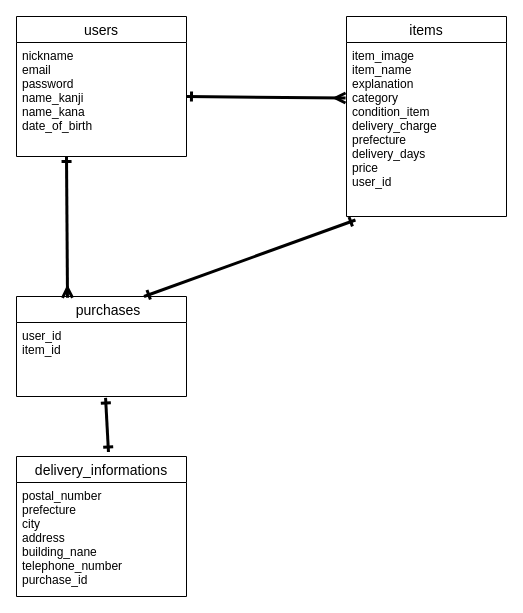
Before: ER.dio in kahoxx121u/furima-38412, a draw.io diagram. Source tidied: cells renumbered, new cells numbered last; positions are measured from the earlier drawing's top-left corner, leaving out a move shared by most shapes. Both pictures are drawn from the tidied source at 100%, with x=0, y=0 at pixel (16, 16).
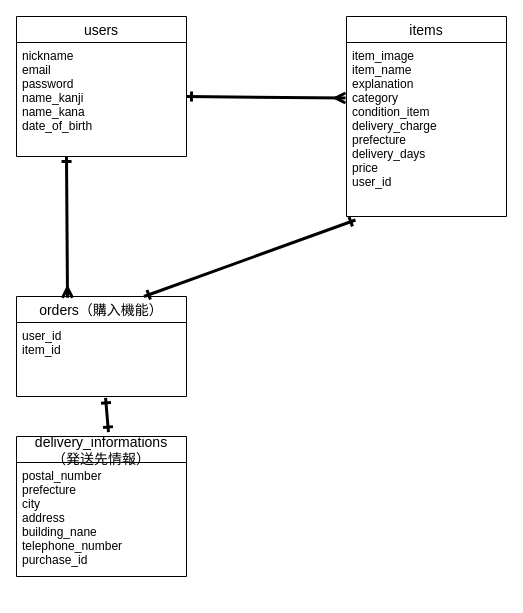
The same diagram, later.

The edit, as a diff of the source:
```diff
@@
 <mxGraphModel>
   <root>
     <mxCell id="0" />
     <mxCell id="1" parent="0" />
     <mxCell id="2" value="users" style="swimlane;fontStyle=0;horizontal=1;startSize=26;align=center;fontSize=14;" parent="1" vertex="1">
       <mxGeometry width="170" height="140" as="geometry" />
     </mxCell>
     <mxCell id="3" value="items" style="swimlane;fontStyle=0;horizontal=1;startSize=26;align=center;fontSize=14;" parent="1" vertex="1">
       <mxGeometry x="330" width="160" height="200" as="geometry" />
     </mxCell>
     <mxCell id="4" value="item_image&#10;item_name&#10;explanation&#10;category&#10;condition_item&#10;delivery_charge&#10;prefecture&#10;delivery_days&#10;price&#10;user_id" style="text;strokeColor=none;fillColor=none;spacingLeft=4;spacingRight=4;overflow=hidden;points=[[0,0.5],[1,0.5]];portConstraint=eastwest;fontSize=12;" parent="3" vertex="1">
       <mxGeometry y="26" width="160" height="174" as="geometry" />
     </mxCell>
-    <mxCell id="5" value="　purchases" style="swimlane;fontStyle=0;horizontal=1;startSize=26;align=center;fontSize=14;" parent="1" vertex="1">
+    <mxCell id="5" value="orders（購入機能）" style="swimlane;fontStyle=0;horizontal=1;startSize=26;align=center;fontSize=14;" parent="1" vertex="1">
       <mxGeometry y="280" width="170" height="100" as="geometry" />
     </mxCell>
     <mxCell id="6" value="user_id&#10;item_id" style="text;strokeColor=none;fillColor=none;spacingLeft=4;spacingRight=4;overflow=hidden;points=[[0,0.5],[1,0.5]];portConstraint=eastwest;fontSize=12;" parent="5" vertex="1">
       <mxGeometry y="26" width="170" height="74" as="geometry" />
     </mxCell>
-    <mxCell id="7" value="delivery_informations" style="swimlane;fontStyle=0;horizontal=1;startSize=26;align=center;fontSize=14;" parent="1" vertex="1">
-      <mxGeometry y="440" width="170" height="140" as="geometry" />
+    <mxCell id="7" value="delivery_informations&#10;（発送先情報）" style="swimlane;fontStyle=0;horizontal=1;startSize=26;align=center;fontSize=14;" parent="1" vertex="1">
+      <mxGeometry y="420" width="170" height="140" as="geometry" />
     </mxCell>
     <mxCell id="8" value="postal_number&#10;prefecture&#10;city&#10;address&#10;building_nane&#10;telephone_number&#10;purchase_id" style="text;strokeColor=none;fillColor=none;spacingLeft=4;spacingRight=4;overflow=hidden;fontSize=12;" parent="7" vertex="1">
       <mxGeometry y="26" width="170" height="114" as="geometry" />
     </mxCell>
     <mxCell id="9" style="endArrow=ERmany;html=1;rounded=0;strokeWidth=3;entryX=-0.006;entryY=0.319;entryDx=0;entryDy=0;entryPerimeter=0;startArrow=ERone;startFill=0;endFill=0;" parent="1" edge="1" target="4">
       <mxGeometry relative="1" as="geometry">
         <mxPoint x="170" y="80" as="sourcePoint" />
       </mxGeometry>
     </mxCell>
     <mxCell id="10" style="endArrow=ERmany;html=1;rounded=0;strokeWidth=3;entryX=0.3;entryY=0.013;entryDx=0;entryDy=0;entryPerimeter=0;startArrow=ERone;startFill=0;endFill=0;" parent="1" edge="1" target="5">
       <mxGeometry relative="1" as="geometry">
         <mxPoint x="50" y="140" as="sourcePoint" />
       </mxGeometry>
     </mxCell>
     <mxCell id="11" style="endArrow=ERone;html=1;rounded=0;strokeWidth=3;startArrow=ERone;startFill=0;endFill=0;exitX=0.524;exitY=1.019;exitDx=0;exitDy=0;exitPerimeter=0;entryX=0.541;entryY=-0.032;entryDx=0;entryDy=0;entryPerimeter=0;" parent="1" edge="1" source="6" target="7">
       <mxGeometry relative="1" as="geometry" />
     </mxCell>
     <mxCell id="12" style="endArrow=ERone;html=1;rounded=0;strokeWidth=3;entryX=0.75;entryY=0;entryDx=0;entryDy=0;startArrow=ERone;startFill=0;endFill=0;exitX=0.056;exitY=1.02;exitDx=0;exitDy=0;exitPerimeter=0;" parent="1" edge="1" source="4" target="5">
       <mxGeometry relative="1" as="geometry" />
     </mxCell>
     <mxCell id="13" value="nickname&#10;email&#10;password&#10;name_kanji&#10;name_kana&#10;date_of_birth&#10;&#10;&#10;&#10;" style="text;strokeColor=none;fillColor=none;spacingLeft=4;spacingRight=4;overflow=hidden;fontSize=12;" parent="1" vertex="1">
       <mxGeometry y="26" width="160" height="114" as="geometry" />
     </mxCell>
   </root>
 </mxGraphModel>
```
